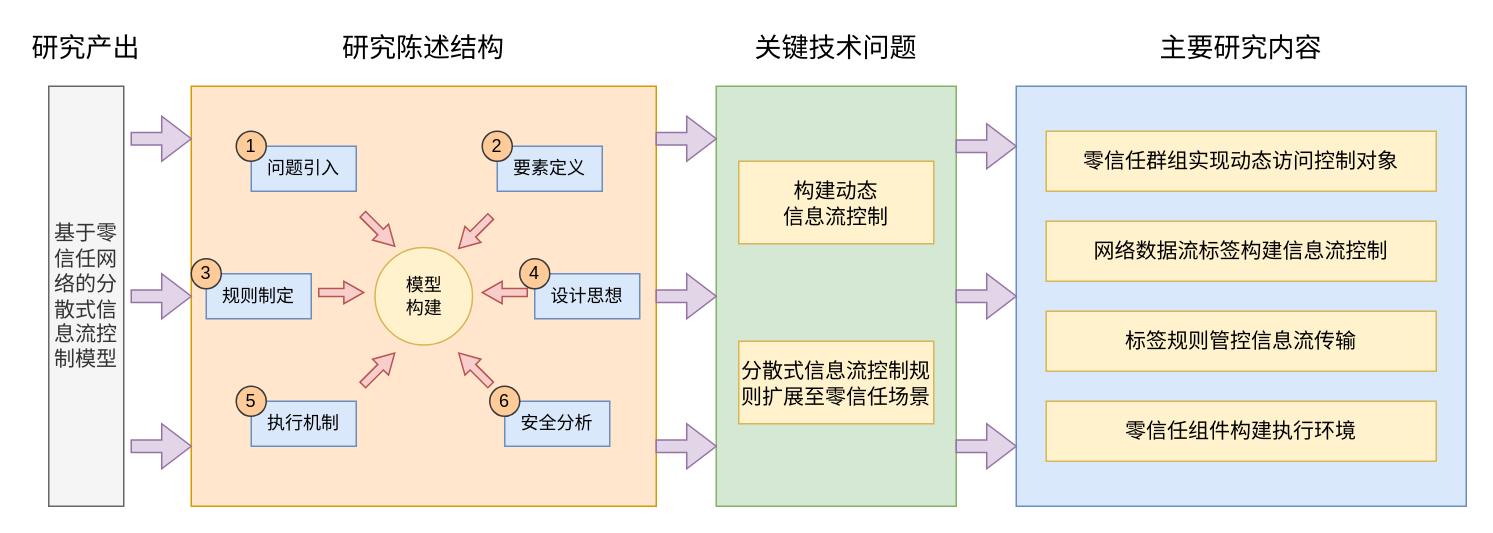
The draw.io diagram 第三章研究内容.drawio in ZhuShouCheng/notebook, before the edit. Source tidied: cells renumbered, new cells numbered last; positions are measured from the earlier drawing's top-left corner, leaving out a move shared by most shapes. Both pictures are drawn from the tidied source at 150%, with x=0, y=0 at pixel (26, 26).
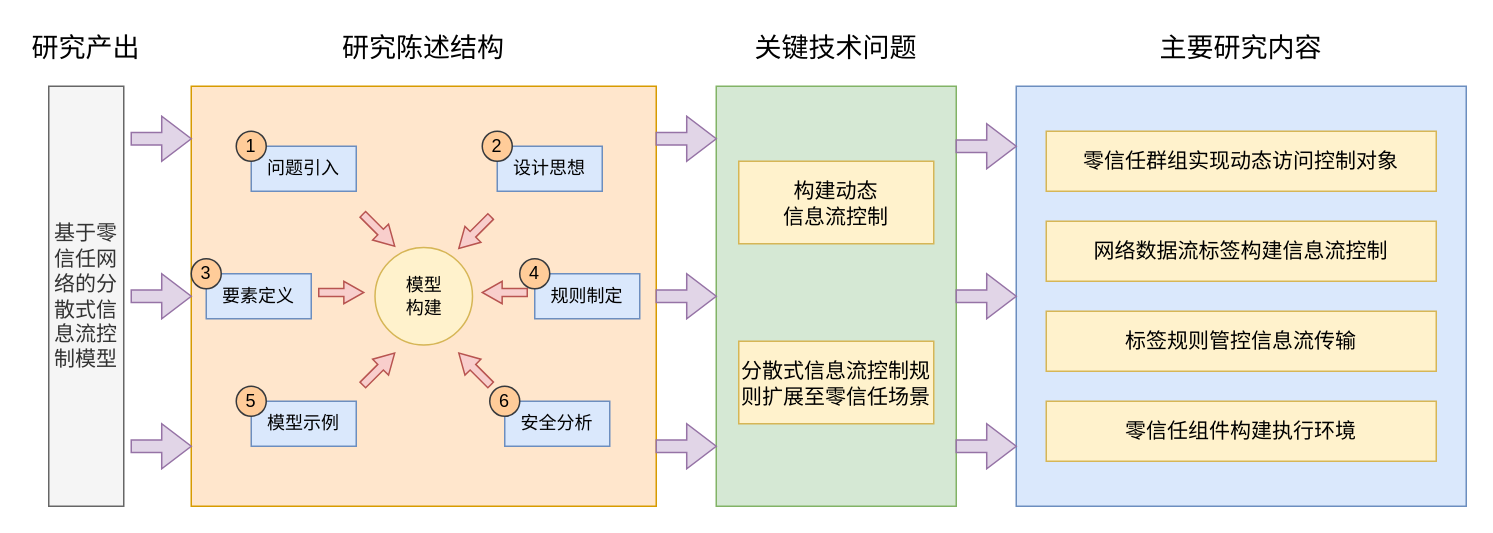
The same page after the edit.

Commit message:
更新第三章研究内容.drawio

Change to the diagram source:
```diff
@@
-    <mxCell id="21" value="&lt;font style=&quot;font-size: 12px;&quot;&gt;要素定义&lt;/font&gt;" style="rounded=0;whiteSpace=wrap;html=1;fillColor=#dae8fc;strokeColor=#6c8ebf;" parent="1" vertex="1">
+    <mxCell id="21" value="设计思想" style="rounded=0;whiteSpace=wrap;html=1;fillColor=#dae8fc;strokeColor=#6c8ebf;" parent="1" vertex="1">
       <mxGeometry x="314" y="80" width="70" height="30" as="geometry" />
     </mxCell>
@@
-    <mxCell id="23" value="&lt;font style=&quot;font-size: 12px;&quot;&gt;规则制定&lt;/font&gt;" style="rounded=0;whiteSpace=wrap;html=1;fillColor=#dae8fc;strokeColor=#6c8ebf;" parent="1" vertex="1">
+    <mxCell id="23" value="要素定义" style="rounded=0;whiteSpace=wrap;html=1;fillColor=#dae8fc;strokeColor=#6c8ebf;" parent="1" vertex="1">
       <mxGeometry x="120" y="165" width="70" height="30" as="geometry" />
     </mxCell>
@@
-    <mxCell id="25" value="设计思想" style="rounded=0;whiteSpace=wrap;html=1;fillColor=#dae8fc;strokeColor=#6c8ebf;" parent="1" vertex="1">
+    <mxCell id="25" value="规则制定" style="rounded=0;whiteSpace=wrap;html=1;fillColor=#dae8fc;strokeColor=#6c8ebf;" parent="1" vertex="1">
       <mxGeometry x="339" y="165" width="70" height="30" as="geometry" />
     </mxCell>
@@
-    <mxCell id="27" value="&lt;font style=&quot;font-size: 12px;&quot;&gt;执行机制&lt;/font&gt;" style="rounded=0;whiteSpace=wrap;html=1;fillColor=#dae8fc;strokeColor=#6c8ebf;" parent="1" vertex="1">
+    <mxCell id="27" value="&lt;font style=&quot;font-size: 12px;&quot;&gt;模型示例&lt;/font&gt;" style="rounded=0;whiteSpace=wrap;html=1;fillColor=#dae8fc;strokeColor=#6c8ebf;" parent="1" vertex="1">
       <mxGeometry x="150" y="250" width="70" height="30" as="geometry" />
     </mxCell>
```
